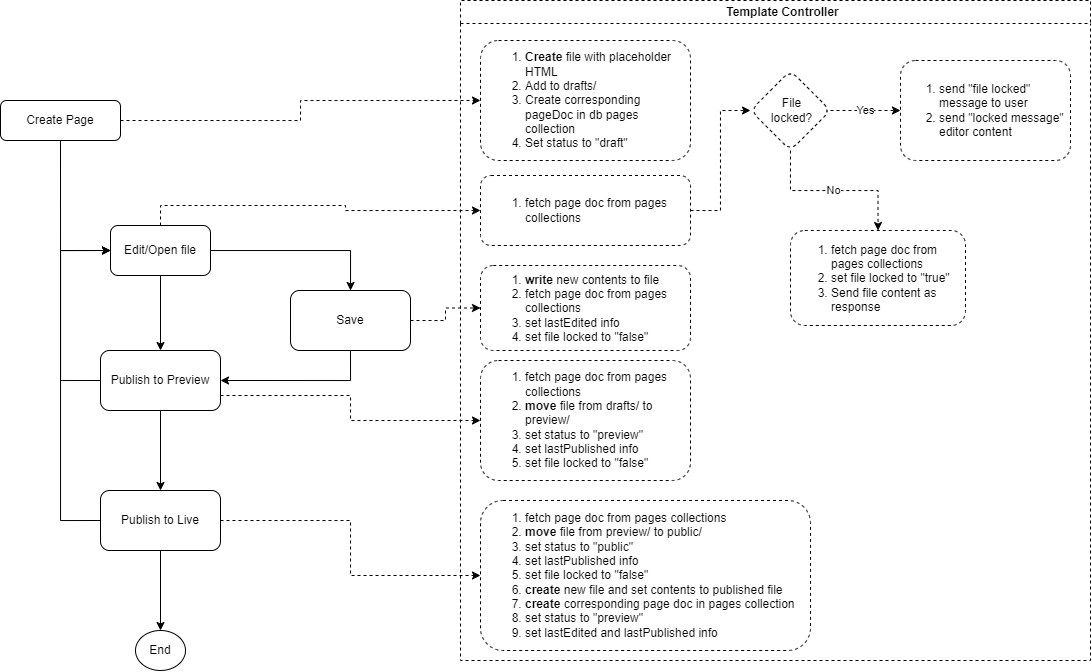
Above: publishing process.png in j-000/drawio (draw.io), before the change. Source tidied: cells renumbered, new cells last; positions are measured from the earlier drawing's top-left corner, leaving out a move shared by most shapes.
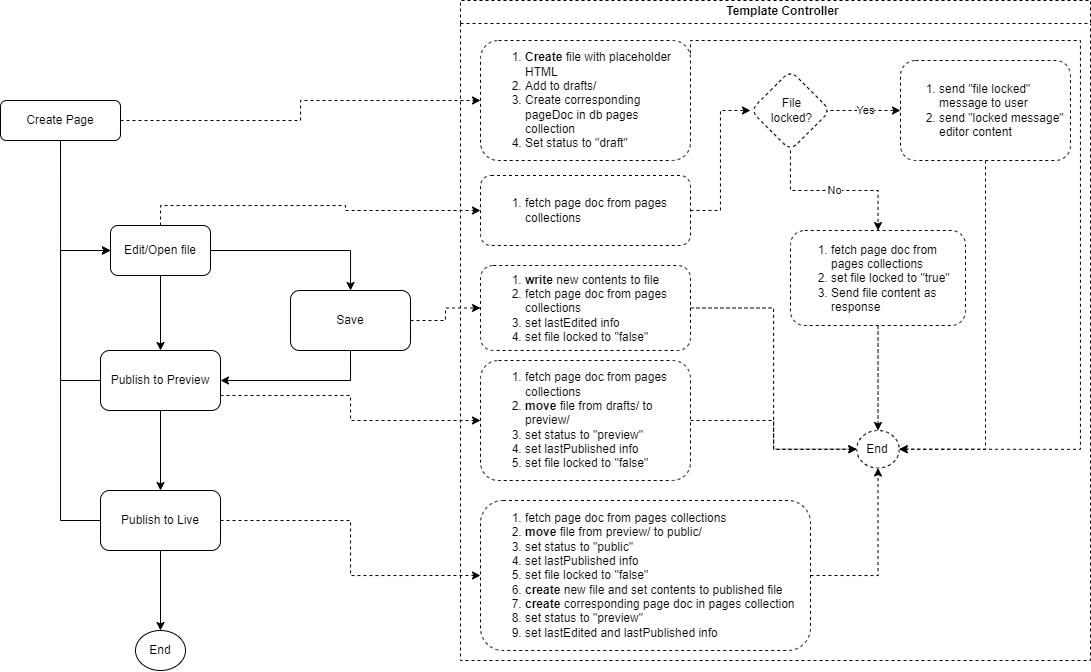
The same file after the commit.

The edit, as a diff of the source:
```diff
@@ -14,6 +14,16 @@
     <mxCell id="5" value="Template Controller" style="swimlane;whiteSpace=wrap;html=1;dashed=1;spacingLeft=15;" parent="1" vertex="1">
       <mxGeometry x="460" width="630" height="660" as="geometry" />
     </mxCell>
+    <mxCell id="33" style="edgeStyle=orthogonalEdgeStyle;rounded=0;jettySize=auto;html=1;exitX=0.985;exitY=0.131;exitDx=0;exitDy=0;entryX=1;entryY=0.5;entryDx=0;entryDy=0;exitPerimeter=0;dashed=1;" parent="5" edge="1" source="6" target="39">
+      <mxGeometry relative="1" as="geometry">
+        <Array as="points">
+          <mxPoint x="230" y="56" />
+          <mxPoint x="230" y="40" />
+          <mxPoint x="620" y="40" />
+          <mxPoint x="620" y="449" />
+        </Array>
+      </mxGeometry>
+    </mxCell>
     <mxCell id="6" value="&lt;ol&gt;&lt;li&gt;&lt;b&gt;Create&lt;/b&gt; file with placeholder HTML&lt;/li&gt;&lt;li&gt;Add to drafts/&lt;/li&gt;&lt;li&gt;Create corresponding pageDoc in db pages collection&lt;/li&gt;&lt;li&gt;Set status to &quot;draft&quot;&lt;/li&gt;&lt;/ol&gt;" style="whiteSpace=wrap;html=1;rounded=1;align=left;spacingLeft=3;dashed=1;" parent="5" vertex="1">
       <mxGeometry x="20" y="40" width="210" height="120" as="geometry" />
     </mxCell>
@@ -23,6 +33,9 @@
     <mxCell id="8" value="&lt;ol&gt;&lt;li&gt;fetch page doc from pages collections&lt;/li&gt;&lt;/ol&gt;" style="whiteSpace=wrap;html=1;rounded=1;align=left;spacingLeft=3;dashed=1;" parent="5" vertex="1">
       <mxGeometry x="20" y="175" width="210" height="70" as="geometry" />
     </mxCell>
+    <mxCell id="34" style="edgeStyle=orthogonalEdgeStyle;rounded=0;jettySize=auto;html=1;exitX=1;exitY=0.5;exitDx=0;exitDy=0;entryX=0;entryY=0.5;entryDx=0;entryDy=0;dashed=1;" parent="5" edge="1" source="9" target="39">
+      <mxGeometry relative="1" as="geometry" />
+    </mxCell>
     <mxCell id="9" value="&lt;ol&gt;&lt;li&gt;&lt;span style=&quot;background-color: initial;&quot;&gt;&lt;b&gt;write&lt;/b&gt; new contents to file&lt;/span&gt;&lt;br&gt;&lt;/li&gt;&lt;li style=&quot;border-color: var(--border-color);&quot;&gt;fetch page doc from pages collections&lt;/li&gt;&lt;li style=&quot;border-color: var(--border-color);&quot;&gt;set lastEdited info&lt;/li&gt;&lt;li&gt;set file locked to &quot;false&quot;&lt;/li&gt;&lt;/ol&gt;" style="whiteSpace=wrap;html=1;rounded=1;align=left;spacingLeft=3;dashed=1;" parent="5" vertex="1">
       <mxGeometry x="20" y="265" width="210" height="85" as="geometry" />
     </mxCell>
@@ -35,18 +48,33 @@
     <mxCell id="12" value="File &lt;br&gt;locked?" style="rhombus;whiteSpace=wrap;html=1;align=center;rounded=1;spacingLeft=3;dashed=1;" parent="5" vertex="1">
       <mxGeometry x="290" y="70" width="80" height="80" as="geometry" />
     </mxCell>
+    <mxCell id="35" style="edgeStyle=orthogonalEdgeStyle;rounded=0;jettySize=auto;html=1;exitX=0.5;exitY=1;exitDx=0;exitDy=0;entryX=1;entryY=0.5;entryDx=0;entryDy=0;dashed=1;" parent="5" edge="1" source="13" target="39">
+      <mxGeometry relative="1" as="geometry" />
+    </mxCell>
     <mxCell id="13" value="&lt;ol&gt;&lt;li style=&quot;text-align: left;&quot;&gt;send &quot;file locked&quot; message to user&lt;/li&gt;&lt;li style=&quot;text-align: left;&quot;&gt;send &quot;locked message&quot; editor content&lt;/li&gt;&lt;/ol&gt;" style="whiteSpace=wrap;html=1;rounded=1;spacingLeft=-2;dashed=1;" parent="5" vertex="1">
       <mxGeometry x="440" y="60" width="170" height="100" as="geometry" />
     </mxCell>
+    <mxCell id="36" style="edgeStyle=orthogonalEdgeStyle;rounded=0;jettySize=auto;html=1;dashed=1;" parent="5" edge="1" source="14" target="39">
+      <mxGeometry relative="1" as="geometry" />
+    </mxCell>
     <mxCell id="14" value="&lt;ol&gt;&lt;li&gt;fetch page doc from pages collections&lt;/li&gt;&lt;li&gt;set file locked to &quot;true&quot;&lt;/li&gt;&lt;li&gt;Send file content as response&lt;/li&gt;&lt;/ol&gt;" style="whiteSpace=wrap;html=1;rounded=1;spacingLeft=-1;dashed=1;align=left;" parent="5" vertex="1">
       <mxGeometry x="330" y="230" width="175" height="95" as="geometry" />
     </mxCell>
+    <mxCell id="37" style="edgeStyle=orthogonalEdgeStyle;rounded=0;jettySize=auto;html=1;exitX=1;exitY=0.5;exitDx=0;exitDy=0;dashed=1;" parent="5" edge="1" source="15" target="39">
+      <mxGeometry relative="1" as="geometry" />
+    </mxCell>
     <mxCell id="15" value="&lt;ol&gt;&lt;li style=&quot;border-color: var(--border-color);&quot;&gt;fetch page doc from pages collections&lt;/li&gt;&lt;li style=&quot;border-color: var(--border-color);&quot;&gt;&lt;b&gt;move&lt;/b&gt; file from drafts/ to preview/&lt;/li&gt;&lt;li style=&quot;border-color: var(--border-color);&quot;&gt;set status to &quot;preview&quot;&lt;/li&gt;&lt;li style=&quot;border-color: var(--border-color);&quot;&gt;set lastPublished info&lt;/li&gt;&lt;li&gt;set file locked to &quot;false&quot;&lt;/li&gt;&lt;/ol&gt;" style="whiteSpace=wrap;html=1;rounded=1;align=left;spacingLeft=3;dashed=1;" parent="5" vertex="1">
       <mxGeometry x="20" y="360" width="210" height="120" as="geometry" />
     </mxCell>
+    <mxCell id="38" style="edgeStyle=orthogonalEdgeStyle;rounded=0;jettySize=auto;html=1;exitX=1;exitY=0.5;exitDx=0;exitDy=0;entryX=0.5;entryY=1;entryDx=0;entryDy=0;dashed=1;" parent="5" edge="1" source="16" target="39">
+      <mxGeometry relative="1" as="geometry" />
+    </mxCell>
     <mxCell id="16" value="&lt;ol&gt;&lt;li style=&quot;border-color: var(--border-color);&quot;&gt;fetch page doc from pages collections&lt;/li&gt;&lt;li style=&quot;border-color: var(--border-color);&quot;&gt;&lt;b&gt;move&lt;/b&gt; file from preview/ to public/&lt;/li&gt;&lt;li style=&quot;border-color: var(--border-color);&quot;&gt;set status to &quot;public&quot;&lt;/li&gt;&lt;li style=&quot;border-color: var(--border-color);&quot;&gt;set lastPublished info&lt;/li&gt;&lt;li&gt;set file locked to &quot;false&quot;&lt;/li&gt;&lt;li&gt;&lt;b&gt;create&lt;/b&gt; new file and set contents to published file&lt;/li&gt;&lt;li&gt;&lt;b&gt;create&lt;/b&gt; corresponding page doc in pages collection&lt;/li&gt;&lt;li&gt;set status to &quot;preview&quot;&lt;/li&gt;&lt;li&gt;set lastEdited and lastPublished info&lt;/li&gt;&lt;/ol&gt;" style="whiteSpace=wrap;html=1;rounded=1;align=left;spacingLeft=3;dashed=1;" parent="5" vertex="1">
       <mxGeometry x="20" y="500" width="330" height="150" as="geometry" />
     </mxCell>
+    <mxCell id="39" value="End" style="ellipse;whiteSpace=wrap;html=1;align=center;rounded=1;spacingLeft=-1;dashed=1;" parent="5" vertex="1">
+      <mxGeometry x="396.2" y="430" width="42.5" height="37.5" as="geometry" />
+    </mxCell>
     <mxCell id="17" style="edgeStyle=orthogonalEdgeStyle;rounded=0;jettySize=auto;html=1;" parent="1" edge="1" source="20" target="32">
       <mxGeometry relative="1" as="geometry" />
     </mxCell>
```
